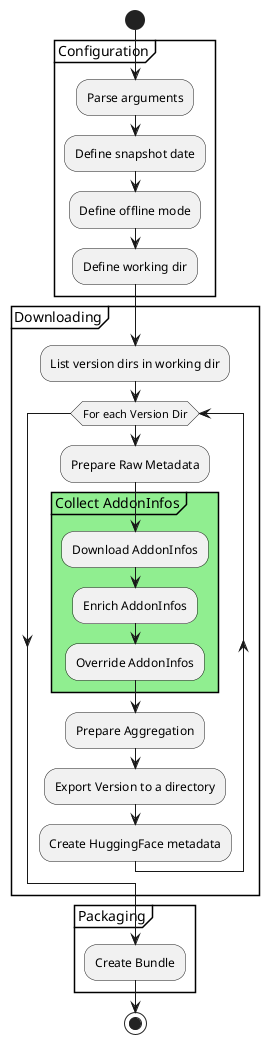
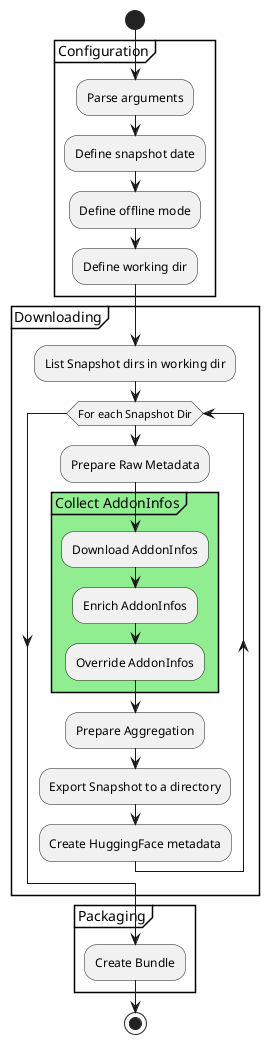
@startuml
'https://plantuml.com/activity-diagram-beta

start

group Configuration {
    :Parse arguments;
    :Define snapshot date;
    :Define offline mode;
    :Define working dir;
}

group Downloading {
-     :List version dirs in working dir;
-     while (For each Version Dir)
+     :List Snapshot dirs in working dir;
+     while (For each Snapshot Dir)
        :Prepare Raw Metadata;
        group Collect AddonInfos #lightgreen {
            :Download AddonInfos;
            :Enrich AddonInfos;
            :Override AddonInfos;
        }
        :Prepare Aggregation;
-         :Export Version to a directory;
+         :Export Snapshot to a directory;
        :Create HuggingFace metadata;
    endwhile
}

group Packaging {
    :Create Bundle;
}

stop

@enduml
